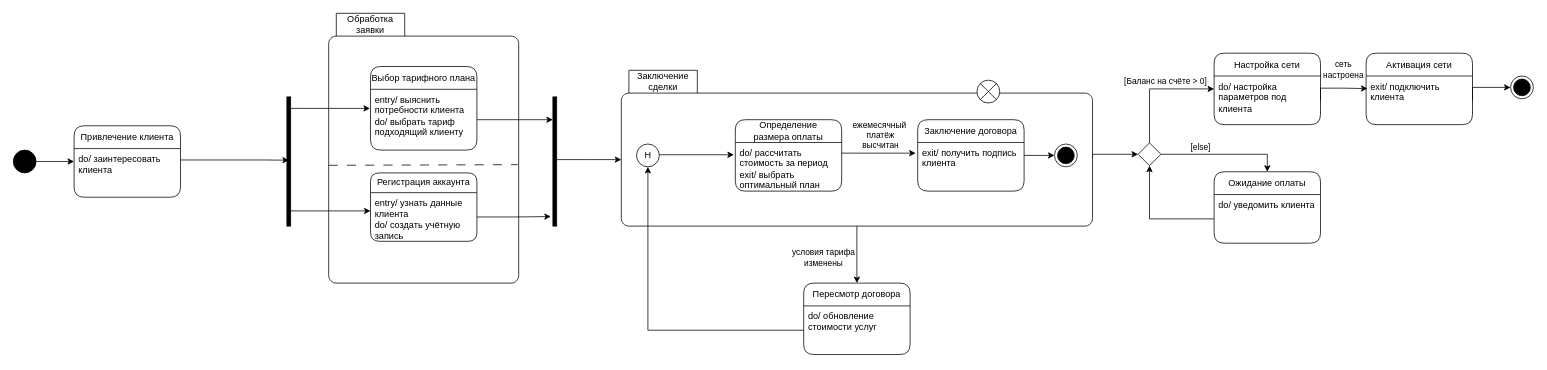
Earlier version of the draw.io diagram page "запрос на подключение" (2 of 2) of tpiws5.drawio (Alexander-Bankov/draw). Source tidied: cells renumbered, new cells numbered last; positions are measured from the earlier drawing's top-left corner, leaving out a move shared by most shapes. Both pictures are drawn from the tidied source at 76%, with x=0, y=0 at pixel (13, 13).
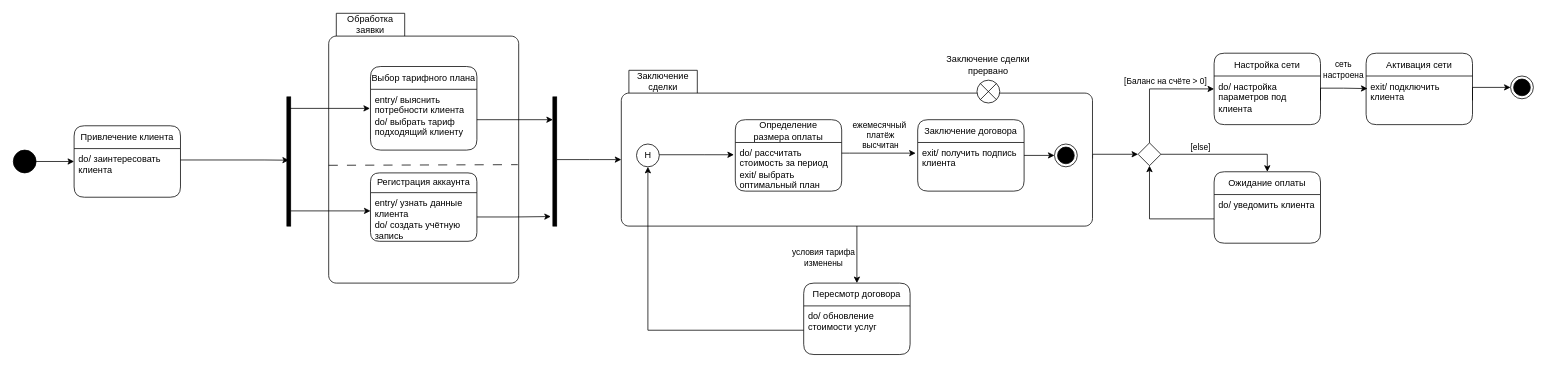
After the change.

Diff of the diagram source:
```diff
@@
+    <mxCell id="54" value="Заключение сделки прервано" style="text;html=1;align=center;verticalAlign=middle;whiteSpace=wrap;rounded=0;" parent="1" vertex="1">
+      <mxGeometry x="1206" y="52.5" width="154" height="30" as="geometry" />
+    </mxCell>
```
